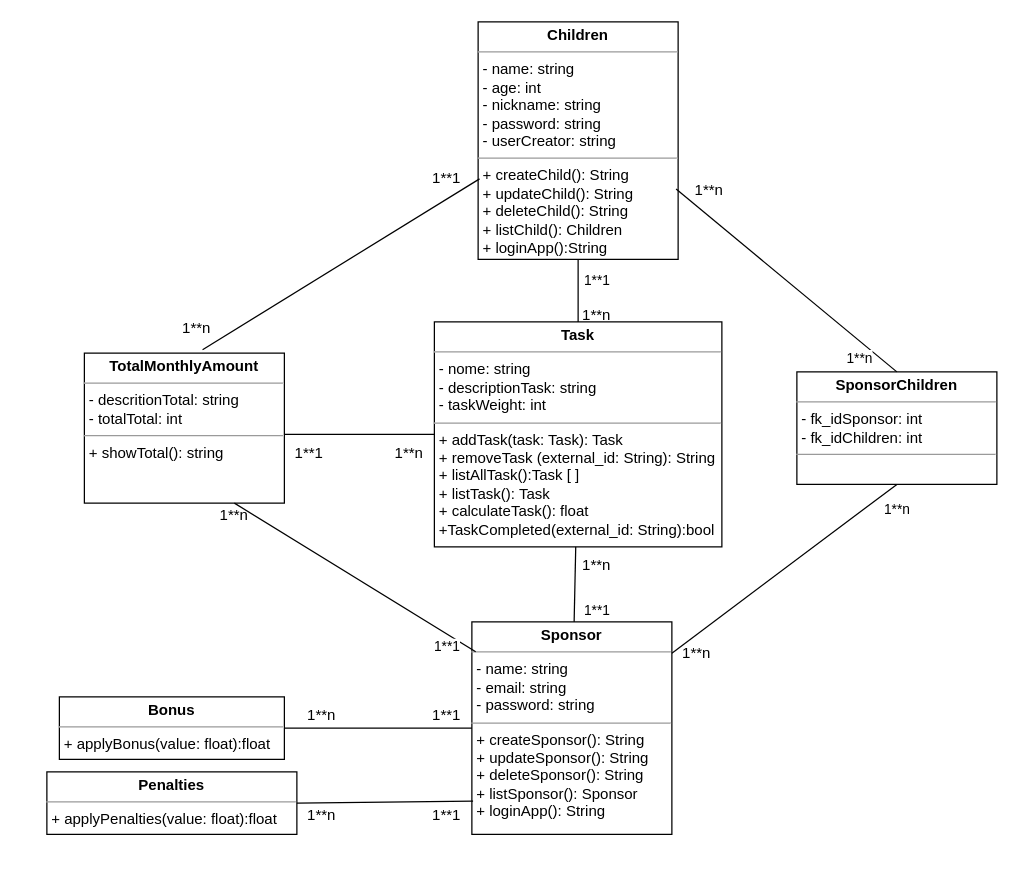
The draw.io diagram diagrama-de-classes/diagrama-de-classes.drawio in Matheus-Juliao/Projeto-Modelagem-De-Sistemas, before the edit. Source tidied: cells renumbered, new cells numbered last; positions are measured from the earlier drawing's top-left corner, leaving out a move shared by most shapes. Both pictures are drawn from the tidied source at 125%, with x=0, y=0 at pixel (46, 21).
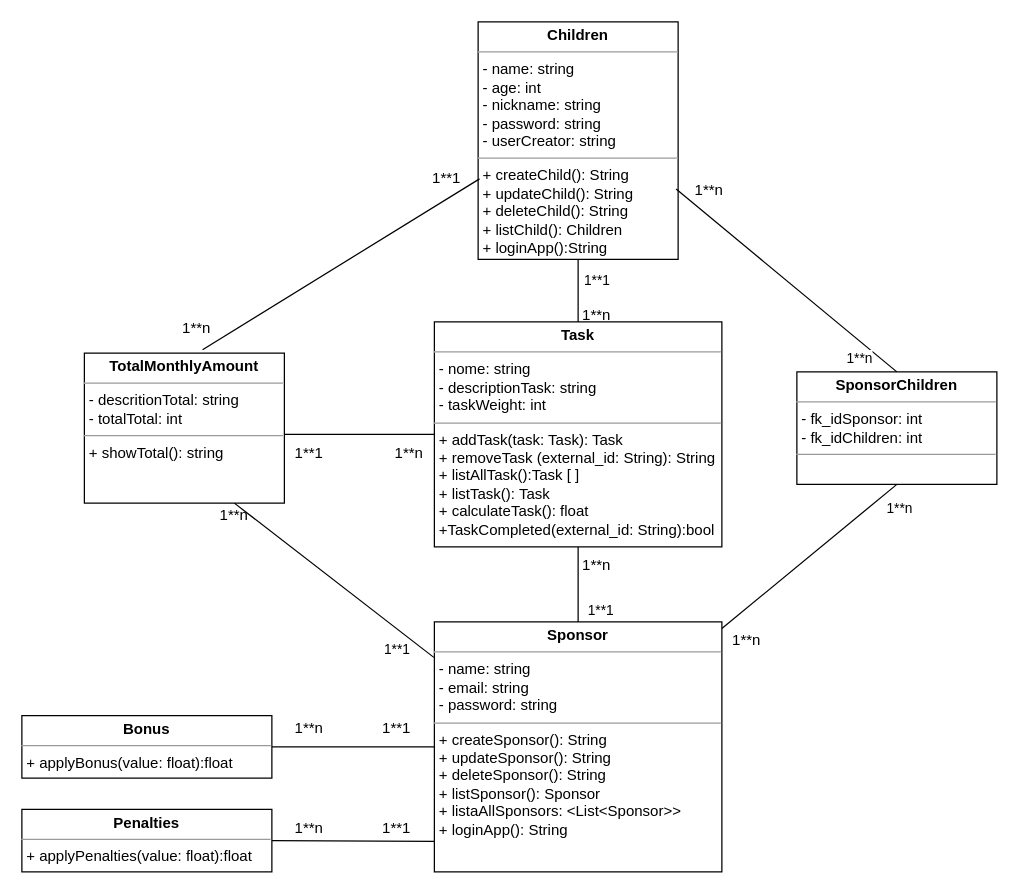
Above is the later version.

Commit message (it also covers changes not shown here):
Create Sponsor methods

The change refers to these unchanged cells:
```xml
<mxCell id="5" value="&lt;p style=&quot;margin:0px;margin-top:4px;text-align:center;&quot;&gt;&lt;b&gt;TotalMonthlyAmount&lt;/b&gt;&lt;br&gt;&lt;/p&gt;&lt;hr size=&quot;1&quot;&gt;&lt;p style=&quot;margin:0px;margin-left:4px;&quot;&gt;&lt;span style=&quot;background-color: initial;&quot;&gt;- descritionTotal: string&lt;/span&gt;&lt;br&gt;&lt;/p&gt;&lt;p style=&quot;margin:0px;margin-left:4px;&quot;&gt;- totalTotal: int&lt;/p&gt;&lt;hr size=&quot;1&quot;&gt;&lt;p style=&quot;margin:0px;margin-left:4px;&quot;&gt;+ showTotal(): string&lt;/p&gt;&lt;p style=&quot;margin:0px;margin-left:4px;&quot;&gt;&lt;br&gt;&lt;/p&gt;" style="verticalAlign=top;align=left;overflow=fill;fontSize=12;fontFamily=Helvetica;html=1;whiteSpace=wrap;" parent="1" vertex="1">
  <mxGeometry x="30" y="265" width="160" height="120" as="geometry" />
</mxCell>
```

The edit, as a diff of the source:
```diff
@@
-    <mxCell id="2" value="&lt;p style=&quot;margin:0px;margin-top:4px;text-align:center;&quot;&gt;&lt;b&gt;Sponsor&lt;/b&gt;&lt;/p&gt;&lt;hr size=&quot;1&quot;&gt;&lt;p style=&quot;margin:0px;margin-left:4px;&quot;&gt;&lt;span style=&quot;background-color: initial;&quot;&gt;- name: string&lt;/span&gt;&lt;br&gt;&lt;/p&gt;&lt;p style=&quot;margin:0px;margin-left:4px;&quot;&gt;- email: string&lt;/p&gt;&lt;p style=&quot;margin:0px;margin-left:4px;&quot;&gt;- password: string&lt;/p&gt;&lt;hr size=&quot;1&quot;&gt;&lt;p style=&quot;border-color: var(--border-color); margin: 0px 0px 0px 4px;&quot;&gt;+ createSponsor(): String&lt;/p&gt;&lt;p style=&quot;border-color: var(--border-color); margin: 0px 0px 0px 4px;&quot;&gt;+ updateSponsor(): String&lt;br style=&quot;border-color: var(--border-color);&quot;&gt;&lt;/p&gt;&lt;p style=&quot;border-color: var(--border-color); margin: 0px 0px 0px 4px;&quot;&gt;+ deleteSponsor(): String&lt;/p&gt;&lt;p style=&quot;border-color: var(--border-color); margin: 0px 0px 0px 4px;&quot;&gt;+ listSponsor(): Sponsor&lt;/p&gt;&lt;p style=&quot;margin:0px;margin-left:4px;&quot;&gt;+ loginApp(): String&lt;/p&gt;" style="verticalAlign=top;align=left;overflow=fill;fontSize=12;fontFamily=Helvetica;html=1;whiteSpace=wrap;" parent="1" vertex="1">
-      <mxGeometry x="340" y="480" width="160" height="170" as="geometry" />
+    <mxCell id="2" value="&lt;p style=&quot;margin:0px;margin-top:4px;text-align:center;&quot;&gt;&lt;b&gt;Sponsor&lt;/b&gt;&lt;/p&gt;&lt;hr size=&quot;1&quot;&gt;&lt;p style=&quot;margin:0px;margin-left:4px;&quot;&gt;&lt;span style=&quot;background-color: initial;&quot;&gt;- name: string&lt;/span&gt;&lt;br&gt;&lt;/p&gt;&lt;p style=&quot;margin:0px;margin-left:4px;&quot;&gt;- email: string&lt;/p&gt;&lt;p style=&quot;margin:0px;margin-left:4px;&quot;&gt;- password: string&lt;/p&gt;&lt;hr size=&quot;1&quot;&gt;&lt;p style=&quot;border-color: var(--border-color); margin: 0px 0px 0px 4px;&quot;&gt;+ createSponsor(): String&lt;/p&gt;&lt;p style=&quot;border-color: var(--border-color); margin: 0px 0px 0px 4px;&quot;&gt;+ updateSponsor(): String&lt;br style=&quot;border-color: var(--border-color);&quot;&gt;&lt;/p&gt;&lt;p style=&quot;border-color: var(--border-color); margin: 0px 0px 0px 4px;&quot;&gt;+ deleteSponsor(): String&lt;/p&gt;&lt;p style=&quot;border-color: var(--border-color); margin: 0px 0px 0px 4px;&quot;&gt;+ listSponsor(): Sponsor&lt;/p&gt;&lt;p style=&quot;border-color: var(--border-color); margin: 0px 0px 0px 4px;&quot;&gt;+ listaAllSponsors: &amp;lt;List&amp;lt;Sponsor&amp;gt;&amp;gt;&lt;/p&gt;&lt;p style=&quot;margin:0px;margin-left:4px;&quot;&gt;+ loginApp(): String&lt;/p&gt;" style="verticalAlign=top;align=left;overflow=fill;fontSize=12;fontFamily=Helvetica;html=1;whiteSpace=wrap;" parent="1" vertex="1">
+      <mxGeometry x="310" y="480" width="230" height="200" as="geometry" />
     </mxCell>
@@
     <mxCell id="6" value="&lt;p style=&quot;border-color: var(--border-color); margin: 4px 0px 0px; text-align: center;&quot;&gt;&lt;b style=&quot;border-color: var(--border-color);&quot;&gt;Bonus&lt;/b&gt;&lt;/p&gt;&lt;hr style=&quot;border-color: var(--border-color);&quot; size=&quot;1&quot;&gt;&lt;p style=&quot;border-color: var(--border-color); margin: 0px 0px 0px 4px;&quot;&gt;+ applyBonus(value: float):float&lt;/p&gt;&lt;p style=&quot;border-color: var(--border-color); margin: 0px 0px 0px 4px;&quot;&gt;&lt;br style=&quot;border-color: var(--border-color);&quot;&gt;&lt;/p&gt;" style="verticalAlign=top;align=left;overflow=fill;fontSize=12;fontFamily=Helvetica;html=1;whiteSpace=wrap;" parent="1" vertex="1">
-      <mxGeometry x="10" y="540" width="180" height="50" as="geometry" />
+      <mxGeometry x="-20" y="555" width="200" height="50" as="geometry" />
     </mxCell>
     <mxCell id="7" value="&lt;p style=&quot;margin:0px;margin-top:4px;text-align:center;&quot;&gt;&lt;b&gt;Penalties&lt;/b&gt;&lt;br&gt;&lt;/p&gt;&lt;hr size=&quot;1&quot;&gt;&lt;p style=&quot;margin:0px;margin-left:4px;&quot;&gt;&lt;/p&gt;&lt;p style=&quot;margin:0px;margin-left:4px;&quot;&gt;+ apply&lt;span style=&quot;border-color: var(--border-color); text-align: center;&quot;&gt;Penalties&lt;/span&gt;(value: float):float&lt;/p&gt;&lt;p style=&quot;margin:0px;margin-left:4px;&quot;&gt;&lt;br&gt;&lt;/p&gt;" style="verticalAlign=top;align=left;overflow=fill;fontSize=12;fontFamily=Helvetica;html=1;whiteSpace=wrap;" parent="1" vertex="1">
-      <mxGeometry y="600" width="200" height="50" as="geometry" />
+      <mxGeometry x="-20" y="630" width="200" height="50" as="geometry" />
     </mxCell>
@@
-    <mxCell id="12" value="1**1" style="endArrow=none;html=1;rounded=0;entryX=0.75;entryY=1;entryDx=0;entryDy=0;exitX=0.019;exitY=0.141;exitDx=0;exitDy=0;exitPerimeter=0;" parent="1" edge="1" source="2" target="5">
-      <mxGeometry x="-0.81" y="9" relative="1" as="geometry" />
+    <mxCell id="12" value="1**1" style="endArrow=none;html=1;rounded=0;entryX=0.75;entryY=1;entryDx=0;entryDy=0;exitX=-0.002;exitY=0.142;exitDx=0;exitDy=0;exitPerimeter=0;" parent="1" edge="1" source="2" target="5">
+      <mxGeometry x="-0.73" y="13" relative="1" as="geometry" />
     </mxCell>
@@
     <mxCell id="19" value="1**n" style="text;html=1;strokeColor=none;fillColor=none;align=center;verticalAlign=middle;whiteSpace=wrap;rounded=0;" parent="1" vertex="1">
-      <mxGeometry x="490" y="490" width="60" height="30" as="geometry" />
+      <mxGeometry x="530" y="480" width="60" height="30" as="geometry" />
     </mxCell>
@@
-    <mxCell id="22" style="endArrow=none;html=1;rounded=0;entryX=1;entryY=0.5;entryDx=0;entryDy=0;exitX=0.006;exitY=0.844;exitDx=0;exitDy=0;exitPerimeter=0;" parent="1" edge="1" source="2" target="7">
+    <mxCell id="22" style="endArrow=none;html=1;rounded=0;entryX=1;entryY=0.5;entryDx=0;entryDy=0;exitX=0.001;exitY=0.878;exitDx=0;exitDy=0;exitPerimeter=0;" parent="1" edge="1" source="2" target="7">
       <mxGeometry relative="1" as="geometry" />
     </mxCell>
@@
     <mxCell id="24" value="1**n" style="text;html=1;strokeColor=none;fillColor=none;align=center;verticalAlign=middle;whiteSpace=wrap;rounded=0;" parent="1" vertex="1">
-      <mxGeometry x="190" y="540" width="60" height="30" as="geometry" />
+      <mxGeometry x="180" y="550" width="60" height="30" as="geometry" />
     </mxCell>
     <mxCell id="25" value="1**1" style="text;html=1;strokeColor=none;fillColor=none;align=center;verticalAlign=middle;whiteSpace=wrap;rounded=0;" parent="1" vertex="1">
-      <mxGeometry x="290" y="540" width="60" height="30" as="geometry" />
+      <mxGeometry x="250" y="550" width="60" height="30" as="geometry" />
     </mxCell>
     <mxCell id="26" value="1**n" style="text;html=1;strokeColor=none;fillColor=none;align=center;verticalAlign=middle;whiteSpace=wrap;rounded=0;" parent="1" vertex="1">
-      <mxGeometry x="190" y="620" width="60" height="30" as="geometry" />
+      <mxGeometry x="180" y="630" width="60" height="30" as="geometry" />
     </mxCell>
     <mxCell id="27" value="1**1" style="text;html=1;strokeColor=none;fillColor=none;align=center;verticalAlign=middle;whiteSpace=wrap;rounded=0;" parent="1" vertex="1">
-      <mxGeometry x="290" y="620" width="60" height="30" as="geometry" />
+      <mxGeometry x="250" y="630" width="60" height="30" as="geometry" />
     </mxCell>
```
